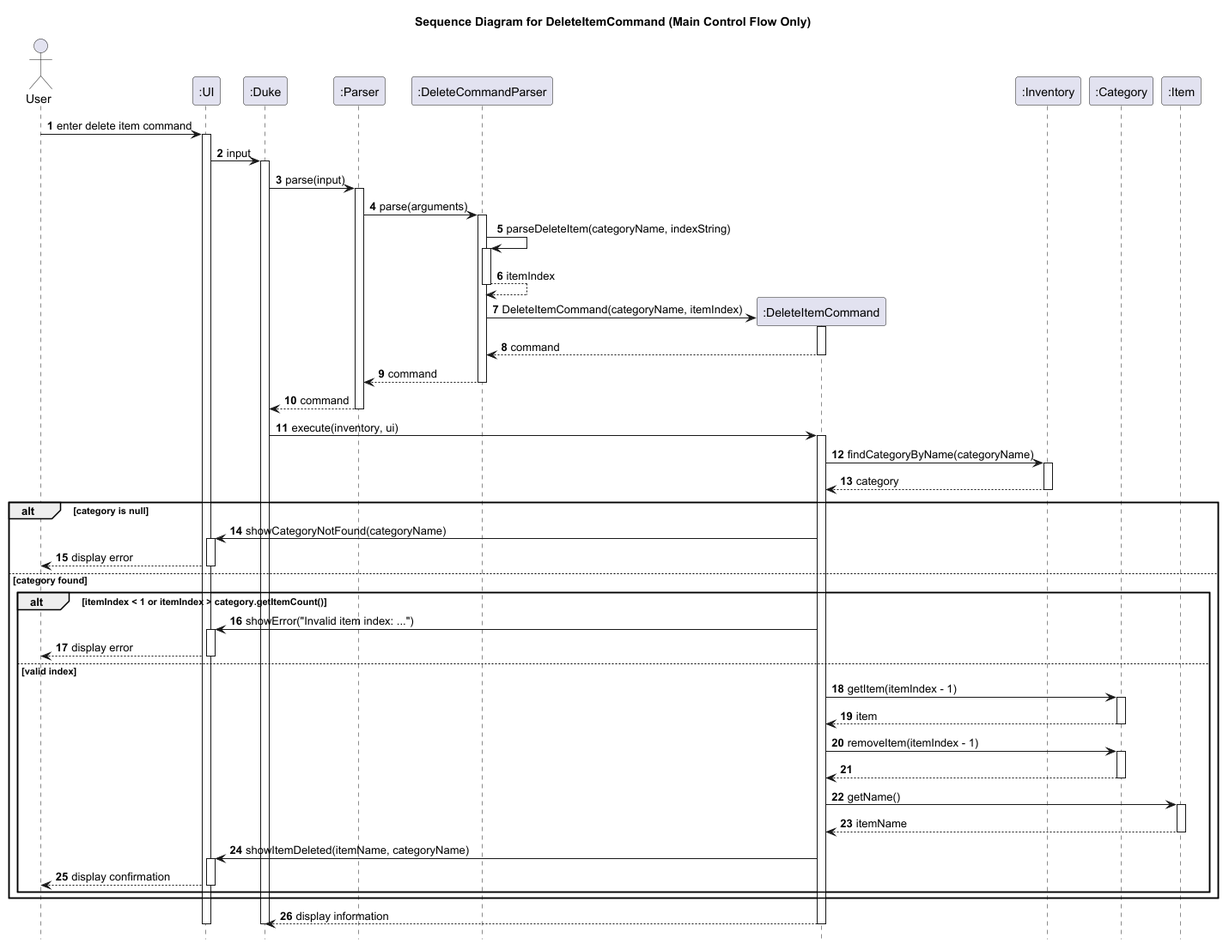
Earlier version of the PlantUML export docs/diagrams/DeleteItemCommandMainFlow-Sequence_Diagram_for_DeleteItemCommand__Main_Control_Flow_Only_.png (yueyang1111/tp).
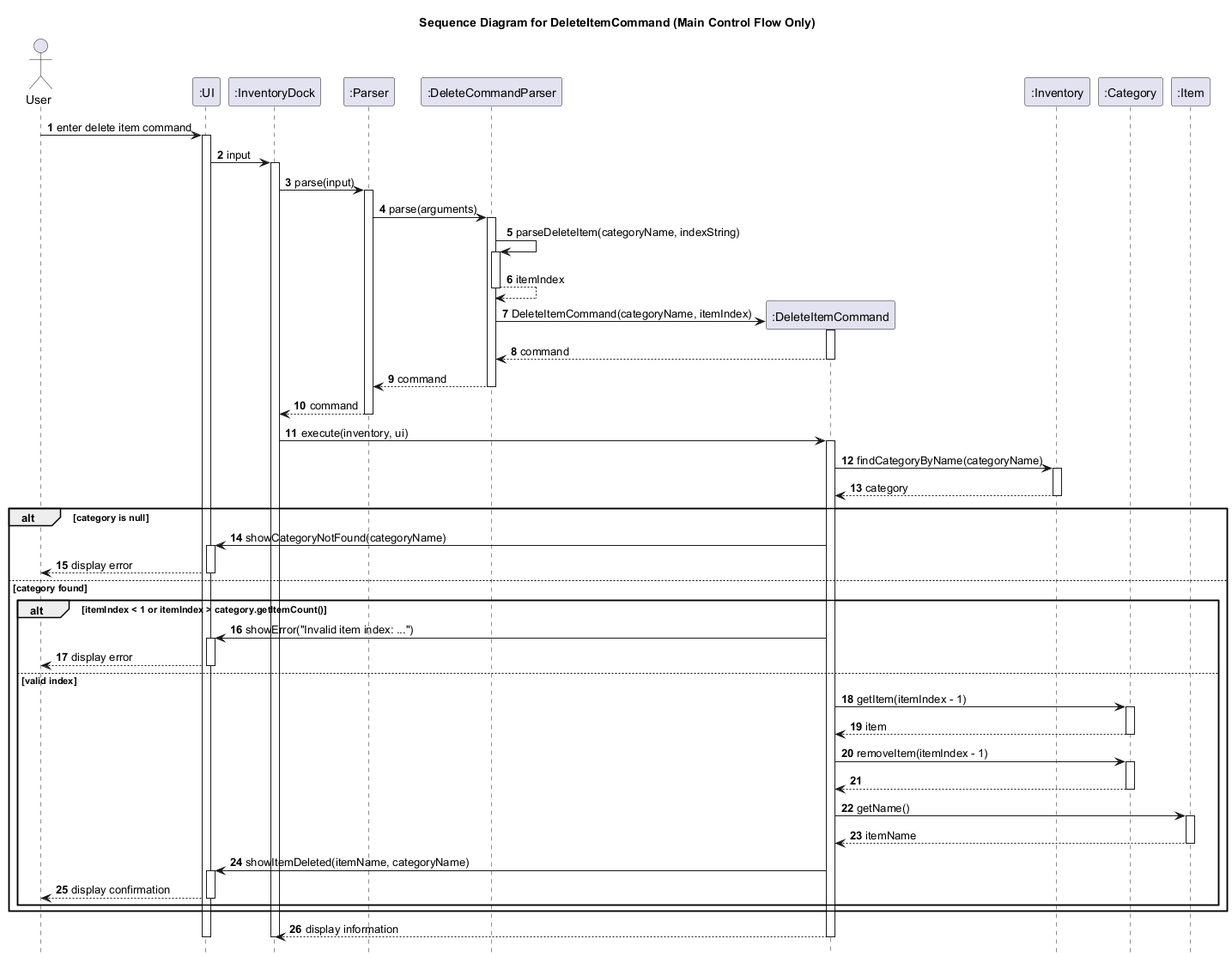
After the commit.

Diff of the diagram source:
```diff
@@ -6,7 +6,7 @@
 
 actor User
 participant ":UI" as UI
-participant ":Duke" as Duke
+participant ":InventoryDock" as InventoryDock
 participant ":Parser" as Parser
 participant ":DeleteCommandParser" as DeleteCommandParser
 participant ":DeleteItemCommand" as DeleteItemCommand
@@ -16,9 +16,9 @@
 
 User -> UI: enter delete item command
 activate UI
-UI -> Duke: input
-activate Duke
-Duke -> Parser: parse(input)
+UI -> InventoryDock: input
+activate InventoryDock
+InventoryDock -> Parser: parse(input)
 activate Parser
 
 Parser -> DeleteCommandParser: parse(arguments)
@@ -36,10 +36,10 @@
 deactivate DeleteItemCommand
 DeleteCommandParser --> Parser: command
 deactivate DeleteCommandParser
-Parser --> Duke: command
+Parser --> InventoryDock: command
 deactivate Parser
 
-Duke -> DeleteItemCommand: execute(inventory, ui)
+InventoryDock -> DeleteItemCommand: execute(inventory, ui)
 activate DeleteItemCommand
 DeleteItemCommand -> Inventory: findCategoryByName(categoryName)
 activate Inventory
@@ -80,8 +80,8 @@
     end
 end
 
-DeleteItemCommand --> Duke: display information
+DeleteItemCommand --> InventoryDock: display information
 deactivate DeleteItemCommand
-deactivate Duke
+deactivate InventoryDock
 deactivate UI
 @enduml
```
